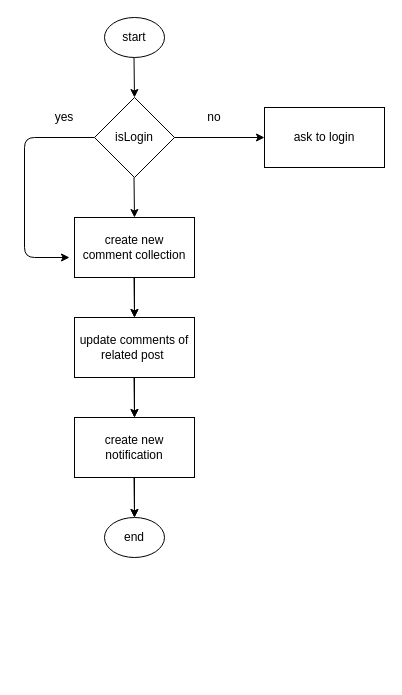
The draw.io diagram draw/createComment.drawio in arridha-amrad/ig-clone, before the edit. Source tidied: cells renumbered, new cells numbered last; positions are measured from the earlier drawing's top-left corner, leaving out a move shared by most shapes. Both pictures are drawn from the tidied source at 100%, with x=0, y=0 at pixel (24, 17).
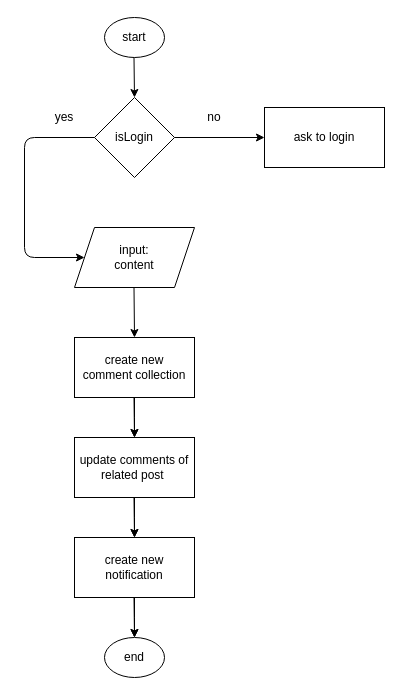
The same diagram, later.

Unchanged cells that the change refers to:
```xml
<mxCell id="6" value="isLogin" style="rhombus;whiteSpace=wrap;html=1;" parent="1" vertex="1">
  <mxGeometry x="70" y="80" width="80" height="80" as="geometry" />
</mxCell>
```

What changed in the source:
```diff
@@
     <mxCell id="3" value="end" style="ellipse;whiteSpace=wrap;html=1;" parent="1" vertex="1">
-      <mxGeometry x="80" y="500" width="60" height="40" as="geometry" />
+      <mxGeometry x="80" y="620" width="60" height="40" as="geometry" />
     </mxCell>
     <mxCell id="4" style="edgeStyle=elbowEdgeStyle;rounded=0;jettySize=auto;elbow=vertical;html=1;" parent="1" edge="1" source="5">
       <mxGeometry relative="1" as="geometry">
-        <mxPoint x="110" y="300" as="targetPoint" />
+        <mxPoint x="110" y="420" as="targetPoint" />
       </mxGeometry>
     </mxCell>
     <mxCell id="5" value="create new &lt;br&gt;comment collection" style="rounded=0;whiteSpace=wrap;html=1;" parent="1" vertex="1">
-      <mxGeometry x="50" y="200" width="120" height="60" as="geometry" />
+      <mxGeometry x="50" y="320" width="120" height="60" as="geometry" />
     </mxCell>
@@
-    <mxCell id="9" style="edgeStyle=elbowEdgeStyle;elbow=horizontal;endArrow=classic;html=1;exitX=0;exitY=0.5;exitDx=0;exitDy=0;" parent="1" edge="1" source="6">
+    <mxCell id="9" style="edgeStyle=elbowEdgeStyle;elbow=horizontal;endArrow=classic;html=1;exitX=0;exitY=0.5;exitDx=0;exitDy=0;entryX=0;entryY=0.5;entryDx=0;entryDy=0;" parent="1" edge="1" source="6" target="21">
       <mxGeometry relative="1" as="geometry">
-        <mxPoint x="45" y="240" as="targetPoint" />
         <Array as="points">
           <mxPoint y="230" />
         </Array>
       </mxGeometry>
     </mxCell>
@@
-    <mxCell id="12" style="endArrow=classic;html=1;entryX=0.5;entryY=0;entryDx=0;entryDy=0;" parent="1" edge="1" target="5">
-      <mxGeometry relative="1" as="geometry">
-        <mxPoint x="109.5" y="160" as="sourcePoint" />
-      </mxGeometry>
-    </mxCell>
@@
     <mxCell id="14" style="endArrow=classic;html=1;entryX=0.5;entryY=0;entryDx=0;entryDy=0;" parent="1" edge="1">
       <mxGeometry relative="1" as="geometry">
-        <mxPoint x="109.5" y="260" as="sourcePoint" />
-        <mxPoint x="110" y="300" as="targetPoint" />
+        <mxPoint x="109.5" y="380" as="sourcePoint" />
+        <mxPoint x="110" y="420" as="targetPoint" />
       </mxGeometry>
     </mxCell>
     <mxCell id="15" style="edgeStyle=elbowEdgeStyle;rounded=0;jettySize=auto;elbow=vertical;html=1;" parent="1" edge="1" source="16">
       <mxGeometry relative="1" as="geometry">
-        <mxPoint x="110" y="500" as="targetPoint" />
+        <mxPoint x="110" y="620" as="targetPoint" />
       </mxGeometry>
     </mxCell>
     <mxCell id="16" value="create new notification" style="rounded=0;whiteSpace=wrap;html=1;" parent="1" vertex="1">
-      <mxGeometry x="50" y="400" width="120" height="60" as="geometry" />
+      <mxGeometry x="50" y="520" width="120" height="60" as="geometry" />
     </mxCell>
     <mxCell id="17" style="endArrow=classic;html=1;entryX=0.5;entryY=0;entryDx=0;entryDy=0;" parent="1" edge="1">
       <mxGeometry relative="1" as="geometry">
-        <mxPoint x="109.5" y="460" as="sourcePoint" />
-        <mxPoint x="110" y="500" as="targetPoint" />
+        <mxPoint x="109.5" y="580" as="sourcePoint" />
+        <mxPoint x="110" y="620" as="targetPoint" />
       </mxGeometry>
     </mxCell>
     <mxCell id="18" style="edgeStyle=elbowEdgeStyle;rounded=0;jettySize=auto;elbow=vertical;html=1;" parent="1" edge="1" source="19">
       <mxGeometry relative="1" as="geometry">
-        <mxPoint x="110" y="400" as="targetPoint" />
+        <mxPoint x="110" y="520" as="targetPoint" />
       </mxGeometry>
     </mxCell>
     <mxCell id="19" value="update comments of related post&amp;nbsp;" style="rounded=0;whiteSpace=wrap;html=1;" parent="1" vertex="1">
-      <mxGeometry x="50" y="300" width="120" height="60" as="geometry" />
+      <mxGeometry x="50" y="420" width="120" height="60" as="geometry" />
     </mxCell>
     <mxCell id="20" style="endArrow=classic;html=1;entryX=0.5;entryY=0;entryDx=0;entryDy=0;" parent="1" edge="1">
       <mxGeometry relative="1" as="geometry">
-        <mxPoint x="109.5" y="360" as="sourcePoint" />
-        <mxPoint x="110" y="400" as="targetPoint" />
+        <mxPoint x="109.5" y="480" as="sourcePoint" />
+        <mxPoint x="110" y="520" as="targetPoint" />
       </mxGeometry>
     </mxCell>
+    <mxCell id="21" value="input:&lt;br&gt;content" style="shape=parallelogram;perimeter=parallelogramPerimeter;whiteSpace=wrap;html=1;fixedSize=1;" parent="1" vertex="1">
+      <mxGeometry x="50" y="210" width="120" height="60" as="geometry" />
+    </mxCell>
+    <mxCell id="22" style="endArrow=classic;html=1;" parent="1" edge="1">
+      <mxGeometry relative="1" as="geometry">
+        <mxPoint x="109.5" y="270" as="sourcePoint" />
+        <mxPoint x="110" y="320" as="targetPoint" />
+      </mxGeometry>
+    </mxCell>
```
